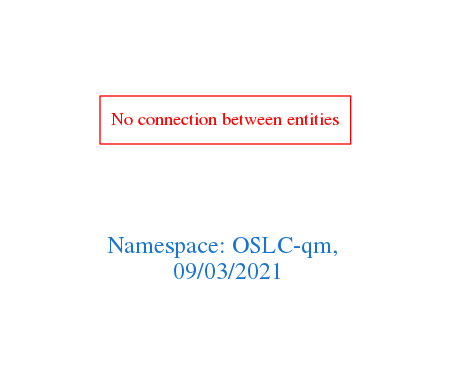
Above: downloads/OSLC-qm.png in arago/OGIT (Graphviz), before the change. Its source is kept beside it as downloads/OSLC-qm.dot.
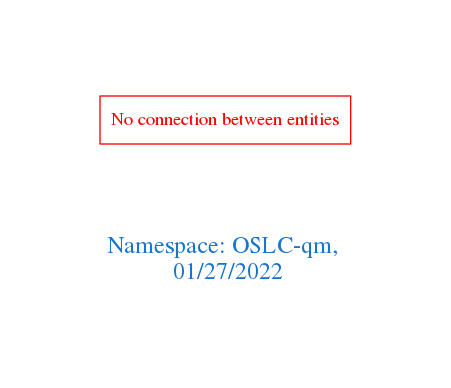
Later version of the same file.

What changed in the source:
```diff
@@ -1,7 +1,7 @@
 digraph OGIT_ontology {
  graph [ rankdir= LR,pad=1
 fontsize = 18,
-fontcolor= dodgerblue3,label = "\n\n\nNamespace: OSLC-qm, \n 09/03/2021"];
+fontcolor= dodgerblue3,label = "\n\n\nNamespace: OSLC-qm, \n 01/27/2022"];
 node[shape=polygon];
 edge [  color="gray81"];
 
```
